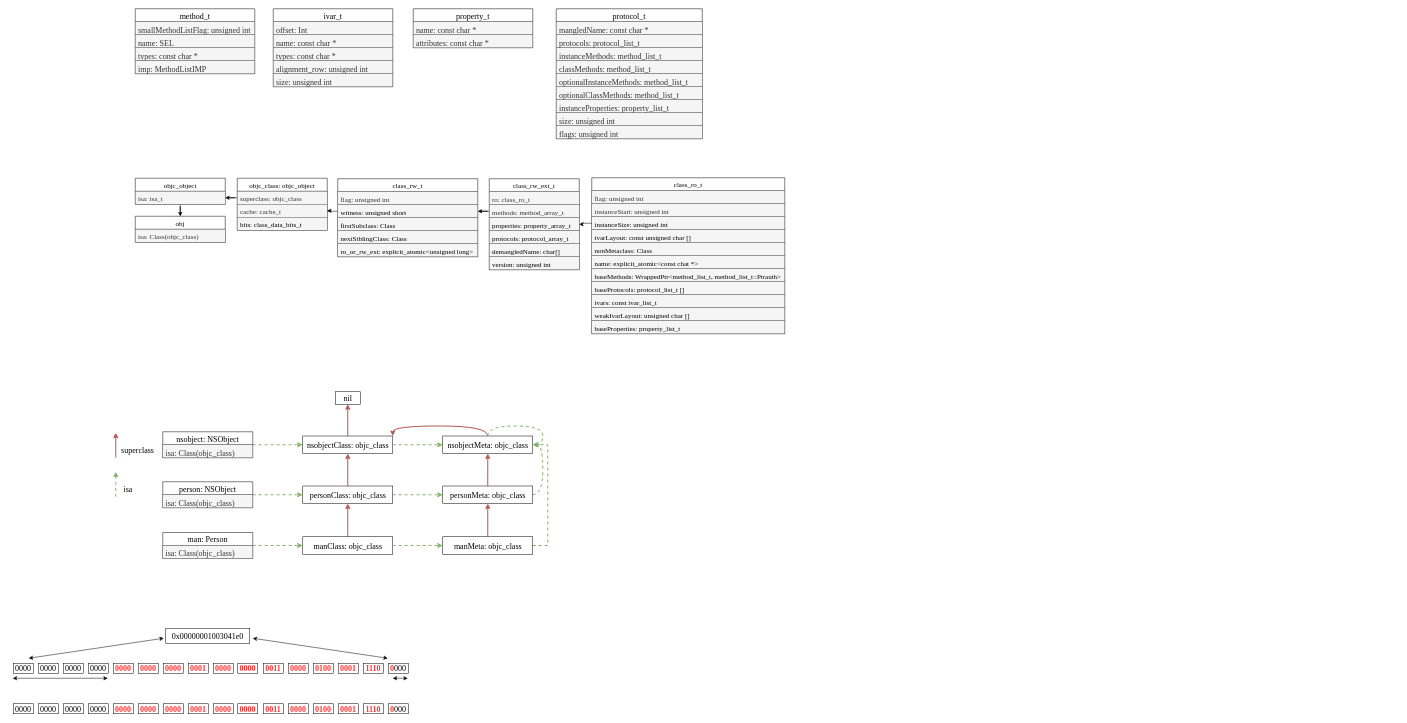
Earlier version of the draw.io diagram RuntimeNote.drawio (xuhaodong1/DrawIO). Source tidied: cells renumbered, new cells numbered last; positions are measured from the earlier drawing's top-left corner, leaving out a move shared by most shapes. Both pictures are drawn from the tidied source at 50%, with x=0, y=0 at pixel (12, 8).
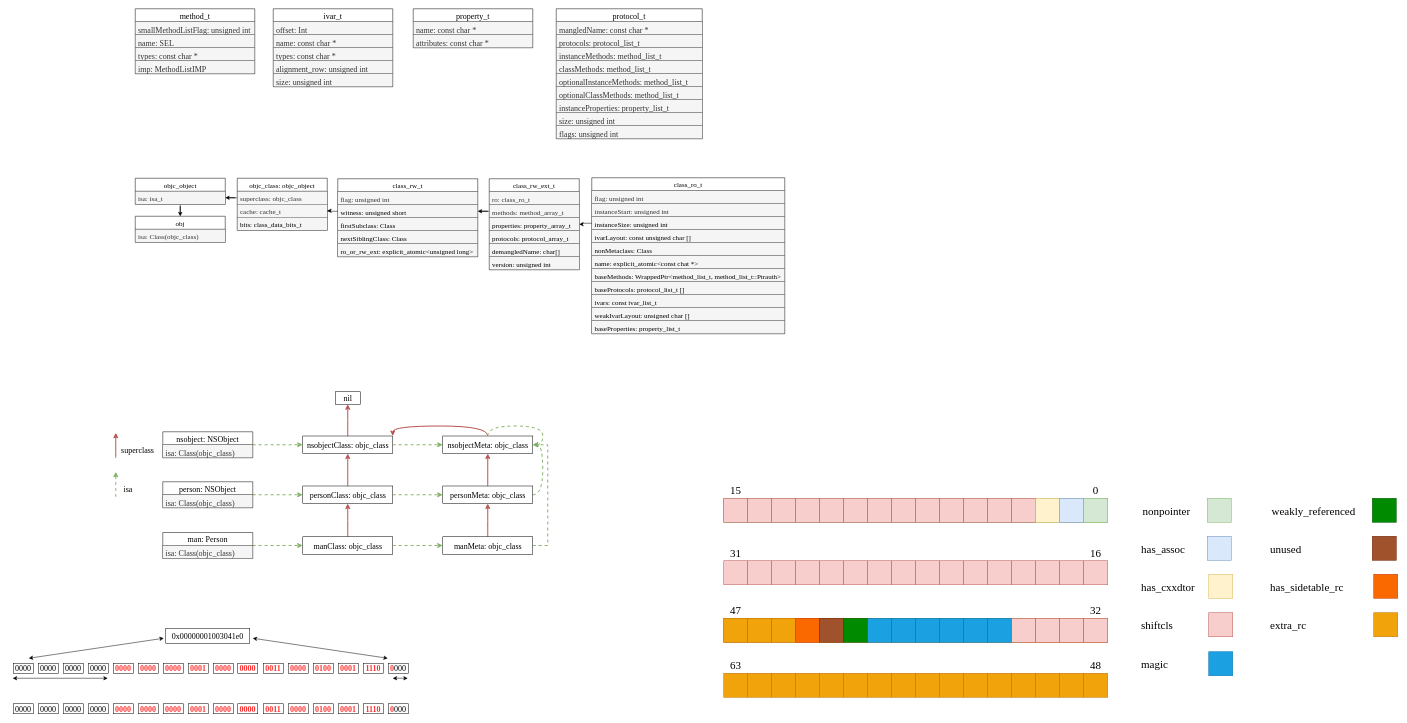
Above is the later version.

The edit, as a diff of the source:
```diff
@@
+    <mxCell id="133" style="group;fillColor=#d5e8d4;strokeColor=#82b366;" parent="1" vertex="1">
+      <mxGeometry x="1422" y="979" width="768" height="48" as="geometry" />
+    </mxCell>
+    <mxCell id="134" style="rounded=0;whiteSpace=wrap;html=1;fillColor=#f8cecc;strokeColor=#b85450;" parent="133" vertex="1">
+      <mxGeometry width="48" height="48" as="geometry" />
+    </mxCell>
+    <mxCell id="135" style="rounded=0;whiteSpace=wrap;html=1;fillColor=#f8cecc;strokeColor=#b85450;" parent="133" vertex="1">
+      <mxGeometry x="48" width="48" height="48" as="geometry" />
+    </mxCell>
+    <mxCell id="136" style="rounded=0;whiteSpace=wrap;html=1;fillColor=#f8cecc;strokeColor=#b85450;" parent="133" vertex="1">
+      <mxGeometry x="96" width="48" height="48" as="geometry" />
+    </mxCell>
+    <mxCell id="137" style="rounded=0;whiteSpace=wrap;html=1;fillColor=#f8cecc;strokeColor=#b85450;" parent="133" vertex="1">
+      <mxGeometry x="144" width="48" height="48" as="geometry" />
+    </mxCell>
+    <mxCell id="138" style="rounded=0;whiteSpace=wrap;html=1;fillColor=#f8cecc;strokeColor=#b85450;" parent="133" vertex="1">
+      <mxGeometry x="192" width="48" height="48" as="geometry" />
+    </mxCell>
+    <mxCell id="139" style="rounded=0;whiteSpace=wrap;html=1;fillColor=#f8cecc;strokeColor=#b85450;" parent="133" vertex="1">
+      <mxGeometry x="240" width="48" height="48" as="geometry" />
+    </mxCell>
+    <mxCell id="140" style="rounded=0;whiteSpace=wrap;html=1;fillColor=#f8cecc;strokeColor=#b85450;" parent="133" vertex="1">
+      <mxGeometry x="288" width="48" height="48" as="geometry" />
+    </mxCell>
+    <mxCell id="141" style="rounded=0;whiteSpace=wrap;html=1;fillColor=#f8cecc;strokeColor=#b85450;" parent="133" vertex="1">
+      <mxGeometry x="336" width="48" height="48" as="geometry" />
+    </mxCell>
+    <mxCell id="142" style="rounded=0;whiteSpace=wrap;html=1;fillColor=#f8cecc;strokeColor=#b85450;" parent="133" vertex="1">
+      <mxGeometry x="384" width="48" height="48" as="geometry" />
+    </mxCell>
+    <mxCell id="143" style="rounded=0;whiteSpace=wrap;html=1;fillColor=#f8cecc;strokeColor=#b85450;" parent="133" vertex="1">
+      <mxGeometry x="432" width="48" height="48" as="geometry" />
+    </mxCell>
+    <mxCell id="144" style="rounded=0;whiteSpace=wrap;html=1;fillColor=#f8cecc;strokeColor=#b85450;" parent="133" vertex="1">
+      <mxGeometry x="480" width="48" height="48" as="geometry" />
+    </mxCell>
+    <mxCell id="145" style="rounded=0;whiteSpace=wrap;html=1;fillColor=#f8cecc;strokeColor=#b85450;" parent="133" vertex="1">
+      <mxGeometry x="528" width="48" height="48" as="geometry" />
+    </mxCell>
+    <mxCell id="146" style="rounded=0;whiteSpace=wrap;html=1;fillColor=#f8cecc;strokeColor=#b85450;" parent="133" vertex="1">
+      <mxGeometry x="576" width="48" height="48" as="geometry" />
+    </mxCell>
+    <mxCell id="147" style="rounded=0;whiteSpace=wrap;html=1;fillColor=#fff2cc;strokeColor=#d6b656;" parent="133" vertex="1">
+      <mxGeometry x="624" width="48" height="48" as="geometry" />
+    </mxCell>
+    <mxCell id="148" style="rounded=0;whiteSpace=wrap;html=1;fillColor=#dae8fc;strokeColor=#6c8ebf;" parent="133" vertex="1">
+      <mxGeometry x="672" width="48" height="48" as="geometry" />
+    </mxCell>
+    <mxCell id="149" style="rounded=0;whiteSpace=wrap;html=1;fillColor=#d5e8d4;strokeColor=#82b366;" parent="133" vertex="1">
+      <mxGeometry x="720" width="48" height="48" as="geometry" />
+    </mxCell>
+    <mxCell id="150" style="group;" parent="1" vertex="1">
+      <mxGeometry x="1422" y="1104" width="768" height="48" as="geometry" />
+    </mxCell>
+    <mxCell id="151" style="rounded=0;whiteSpace=wrap;html=1;fillColor=#f8cecc;strokeColor=#b85450;" parent="150" vertex="1">
+      <mxGeometry width="48" height="48" as="geometry" />
+    </mxCell>
+    <mxCell id="152" style="rounded=0;whiteSpace=wrap;html=1;fillColor=#f8cecc;strokeColor=#b85450;" parent="150" vertex="1">
+      <mxGeometry x="48" width="48" height="48" as="geometry" />
+    </mxCell>
+    <mxCell id="153" style="rounded=0;whiteSpace=wrap;html=1;fillColor=#f8cecc;strokeColor=#b85450;" parent="150" vertex="1">
+      <mxGeometry x="96" width="48" height="48" as="geometry" />
+    </mxCell>
+    <mxCell id="154" style="rounded=0;whiteSpace=wrap;html=1;fillColor=#f8cecc;strokeColor=#b85450;" parent="150" vertex="1">
+      <mxGeometry x="144" width="48" height="48" as="geometry" />
+    </mxCell>
+    <mxCell id="155" style="rounded=0;whiteSpace=wrap;html=1;fillColor=#f8cecc;strokeColor=#b85450;" parent="150" vertex="1">
+      <mxGeometry x="192" width="48" height="48" as="geometry" />
+    </mxCell>
+    <mxCell id="156" style="rounded=0;whiteSpace=wrap;html=1;fillColor=#f8cecc;strokeColor=#b85450;" parent="150" vertex="1">
+      <mxGeometry x="240" width="48" height="48" as="geometry" />
+    </mxCell>
+    <mxCell id="157" style="rounded=0;whiteSpace=wrap;html=1;fillColor=#f8cecc;strokeColor=#b85450;" parent="150" vertex="1">
+      <mxGeometry x="288" width="48" height="48" as="geometry" />
+    </mxCell>
+    <mxCell id="158" style="rounded=0;whiteSpace=wrap;html=1;fillColor=#f8cecc;strokeColor=#b85450;" parent="150" vertex="1">
+      <mxGeometry x="336" width="48" height="48" as="geometry" />
+    </mxCell>
+    <mxCell id="159" style="rounded=0;whiteSpace=wrap;html=1;fillColor=#f8cecc;strokeColor=#b85450;" parent="150" vertex="1">
+      <mxGeometry x="384" width="48" height="48" as="geometry" />
+    </mxCell>
+    <mxCell id="160" style="rounded=0;whiteSpace=wrap;html=1;fillColor=#f8cecc;strokeColor=#b85450;" parent="150" vertex="1">
+      <mxGeometry x="432" width="48" height="48" as="geometry" />
+    </mxCell>
+    <mxCell id="161" style="rounded=0;whiteSpace=wrap;html=1;fillColor=#f8cecc;strokeColor=#b85450;" parent="150" vertex="1">
+      <mxGeometry x="480" width="48" height="48" as="geometry" />
+    </mxCell>
+    <mxCell id="162" style="rounded=0;whiteSpace=wrap;html=1;fillColor=#f8cecc;strokeColor=#b85450;" parent="150" vertex="1">
+      <mxGeometry x="528" width="48" height="48" as="geometry" />
+    </mxCell>
+    <mxCell id="163" style="rounded=0;whiteSpace=wrap;html=1;fillColor=#f8cecc;strokeColor=#b85450;" parent="150" vertex="1">
+      <mxGeometry x="576" width="48" height="48" as="geometry" />
+    </mxCell>
+    <mxCell id="164" style="rounded=0;whiteSpace=wrap;html=1;fillColor=#f8cecc;strokeColor=#b85450;" parent="150" vertex="1">
+      <mxGeometry x="624" width="48" height="48" as="geometry" />
+    </mxCell>
+    <mxCell id="165" style="rounded=0;whiteSpace=wrap;html=1;fillColor=#f8cecc;strokeColor=#b85450;" parent="150" vertex="1">
+      <mxGeometry x="672" width="48" height="48" as="geometry" />
+    </mxCell>
+    <mxCell id="166" style="rounded=0;whiteSpace=wrap;html=1;fillColor=#f8cecc;strokeColor=#b85450;" parent="150" vertex="1">
+      <mxGeometry x="720" width="48" height="48" as="geometry" />
+    </mxCell>
+    <mxCell id="167" style="group;fillColor=#f0a30a;strokeColor=#BD7000;fontColor=#000000;" parent="1" vertex="1">
+      <mxGeometry x="1422" y="1219" width="768" height="48" as="geometry" />
+    </mxCell>
+    <mxCell id="168" style="rounded=0;whiteSpace=wrap;html=1;fillColor=#f0a30a;fontColor=#000000;strokeColor=#BD7000;" parent="167" vertex="1">
+      <mxGeometry width="48" height="48" as="geometry" />
+    </mxCell>
+    <mxCell id="169" style="rounded=0;whiteSpace=wrap;html=1;fillColor=#f0a30a;fontColor=#000000;strokeColor=#BD7000;" parent="167" vertex="1">
+      <mxGeometry x="48" width="48" height="48" as="geometry" />
+    </mxCell>
+    <mxCell id="170" style="rounded=0;whiteSpace=wrap;html=1;fillColor=#f0a30a;fontColor=#000000;strokeColor=#BD7000;" parent="167" vertex="1">
+      <mxGeometry x="96" width="48" height="48" as="geometry" />
+    </mxCell>
+    <mxCell id="171" style="rounded=0;whiteSpace=wrap;html=1;fillColor=#fa6800;fontColor=#000000;strokeColor=#C73500;" parent="167" vertex="1">
+      <mxGeometry x="144" width="48" height="48" as="geometry" />
+    </mxCell>
+    <mxCell id="172" style="rounded=0;whiteSpace=wrap;html=1;fillColor=#a0522d;fontColor=#ffffff;strokeColor=#6D1F00;" parent="167" vertex="1">
+      <mxGeometry x="192" width="48" height="48" as="geometry" />
+    </mxCell>
+    <mxCell id="173" style="rounded=0;whiteSpace=wrap;html=1;fillColor=#008a00;fontColor=#ffffff;strokeColor=#005700;" parent="167" vertex="1">
+      <mxGeometry x="240" width="48" height="48" as="geometry" />
+    </mxCell>
+    <mxCell id="174" style="rounded=0;whiteSpace=wrap;html=1;fillColor=#1ba1e2;fontColor=#ffffff;strokeColor=#006EAF;" parent="167" vertex="1">
+      <mxGeometry x="288" width="48" height="48" as="geometry" />
+    </mxCell>
+    <mxCell id="175" style="rounded=0;whiteSpace=wrap;html=1;fillColor=#1ba1e2;fontColor=#ffffff;strokeColor=#006EAF;" parent="167" vertex="1">
+      <mxGeometry x="336" width="48" height="48" as="geometry" />
+    </mxCell>
+    <mxCell id="176" style="rounded=0;whiteSpace=wrap;html=1;fillColor=#1ba1e2;fontColor=#ffffff;strokeColor=#006EAF;" parent="167" vertex="1">
+      <mxGeometry x="384" width="48" height="48" as="geometry" />
+    </mxCell>
+    <mxCell id="177" style="rounded=0;whiteSpace=wrap;html=1;fillColor=#1ba1e2;fontColor=#ffffff;strokeColor=#006EAF;" parent="167" vertex="1">
+      <mxGeometry x="432" width="48" height="48" as="geometry" />
+    </mxCell>
+    <mxCell id="178" style="rounded=0;whiteSpace=wrap;html=1;fillColor=#1ba1e2;fontColor=#ffffff;strokeColor=#006EAF;" parent="167" vertex="1">
+      <mxGeometry x="480" width="48" height="48" as="geometry" />
+    </mxCell>
+    <mxCell id="179" style="rounded=0;whiteSpace=wrap;html=1;fillColor=#1ba1e2;fontColor=#ffffff;strokeColor=#006EAF;" parent="167" vertex="1">
+      <mxGeometry x="528" width="48" height="48" as="geometry" />
+    </mxCell>
+    <mxCell id="180" style="rounded=0;whiteSpace=wrap;html=1;fillColor=#f8cecc;strokeColor=#b85450;" parent="167" vertex="1">
+      <mxGeometry x="576" width="48" height="48" as="geometry" />
+    </mxCell>
+    <mxCell id="181" style="rounded=0;whiteSpace=wrap;html=1;fillColor=#f8cecc;strokeColor=#b85450;" parent="167" vertex="1">
+      <mxGeometry x="624" width="48" height="48" as="geometry" />
+    </mxCell>
+    <mxCell id="182" style="rounded=0;whiteSpace=wrap;html=1;fillColor=#f8cecc;strokeColor=#b85450;" parent="167" vertex="1">
+      <mxGeometry x="672" width="48" height="48" as="geometry" />
+    </mxCell>
+    <mxCell id="183" style="rounded=0;whiteSpace=wrap;html=1;fillColor=#f8cecc;strokeColor=#b85450;" parent="167" vertex="1">
+      <mxGeometry x="720" width="48" height="48" as="geometry" />
+    </mxCell>
+    <mxCell id="184" style="group;" parent="1" vertex="1">
+      <mxGeometry x="1422" y="1329" width="768" height="48" as="geometry" />
+    </mxCell>
+    <mxCell id="185" style="rounded=0;whiteSpace=wrap;html=1;fillColor=#f0a30a;strokeColor=#BD7000;fontColor=#000000;" parent="184" vertex="1">
+      <mxGeometry width="48" height="48" as="geometry" />
+    </mxCell>
+    <mxCell id="186" style="rounded=0;whiteSpace=wrap;html=1;fillColor=#f0a30a;strokeColor=#BD7000;fontColor=#000000;" parent="184" vertex="1">
+      <mxGeometry x="48" width="48" height="48" as="geometry" />
+    </mxCell>
+    <mxCell id="187" style="rounded=0;whiteSpace=wrap;html=1;fillColor=#f0a30a;strokeColor=#BD7000;fontColor=#000000;" parent="184" vertex="1">
+      <mxGeometry x="96" width="48" height="48" as="geometry" />
+    </mxCell>
+    <mxCell id="188" style="rounded=0;whiteSpace=wrap;html=1;fillColor=#f0a30a;strokeColor=#BD7000;fontColor=#000000;" parent="184" vertex="1">
+      <mxGeometry x="144" width="48" height="48" as="geometry" />
+    </mxCell>
+    <mxCell id="189" style="rounded=0;whiteSpace=wrap;html=1;fillColor=#f0a30a;strokeColor=#BD7000;fontColor=#000000;" parent="184" vertex="1">
+      <mxGeometry x="192" width="48" height="48" as="geometry" />
+    </mxCell>
+    <mxCell id="190" style="rounded=0;whiteSpace=wrap;html=1;fillColor=#f0a30a;strokeColor=#BD7000;fontColor=#000000;" parent="184" vertex="1">
+      <mxGeometry x="240" width="48" height="48" as="geometry" />
+    </mxCell>
+    <mxCell id="191" style="rounded=0;whiteSpace=wrap;html=1;fillColor=#f0a30a;strokeColor=#BD7000;fontColor=#000000;" parent="184" vertex="1">
+      <mxGeometry x="288" width="48" height="48" as="geometry" />
+    </mxCell>
+    <mxCell id="192" style="rounded=0;whiteSpace=wrap;html=1;fillColor=#f0a30a;strokeColor=#BD7000;fontColor=#000000;" parent="184" vertex="1">
+      <mxGeometry x="336" width="48" height="48" as="geometry" />
+    </mxCell>
+    <mxCell id="193" style="rounded=0;whiteSpace=wrap;html=1;fillColor=#f0a30a;strokeColor=#BD7000;fontColor=#000000;" parent="184" vertex="1">
+      <mxGeometry x="384" width="48" height="48" as="geometry" />
+    </mxCell>
+    <mxCell id="194" style="rounded=0;whiteSpace=wrap;html=1;fillColor=#f0a30a;strokeColor=#BD7000;fontColor=#000000;" parent="184" vertex="1">
+      <mxGeometry x="432" width="48" height="48" as="geometry" />
+    </mxCell>
+    <mxCell id="195" style="rounded=0;whiteSpace=wrap;html=1;fillColor=#f0a30a;strokeColor=#BD7000;fontColor=#000000;" parent="184" vertex="1">
+      <mxGeometry x="480" width="48" height="48" as="geometry" />
+    </mxCell>
+    <mxCell id="196" style="rounded=0;whiteSpace=wrap;html=1;fillColor=#f0a30a;strokeColor=#BD7000;fontColor=#000000;" parent="184" vertex="1">
+      <mxGeometry x="528" width="48" height="48" as="geometry" />
+    </mxCell>
+    <mxCell id="197" style="rounded=0;whiteSpace=wrap;html=1;fillColor=#f0a30a;strokeColor=#BD7000;fontColor=#000000;" parent="184" vertex="1">
+      <mxGeometry x="576" width="48" height="48" as="geometry" />
+    </mxCell>
+    <mxCell id="198" style="rounded=0;whiteSpace=wrap;html=1;fillColor=#f0a30a;strokeColor=#BD7000;fontColor=#000000;" parent="184" vertex="1">
+      <mxGeometry x="624" width="48" height="48" as="geometry" />
+    </mxCell>
+    <mxCell id="199" style="rounded=0;whiteSpace=wrap;html=1;fillColor=#f0a30a;strokeColor=#BD7000;fontColor=#000000;" parent="184" vertex="1">
+      <mxGeometry x="672" width="48" height="48" as="geometry" />
+    </mxCell>
+    <mxCell id="200" style="rounded=0;whiteSpace=wrap;html=1;fillColor=#f0a30a;strokeColor=#BD7000;fontColor=#000000;" parent="184" vertex="1">
+      <mxGeometry x="720" width="48" height="48" as="geometry" />
+    </mxCell>
+    <mxCell id="201" value="0" style="text;html=1;strokeColor=none;fillColor=none;align=center;verticalAlign=middle;whiteSpace=wrap;rounded=0;fontSize=22;fontFamily=Times New Roman;" parent="1" vertex="1">
+      <mxGeometry x="2136" y="949" width="60" height="30" as="geometry" />
+    </mxCell>
+    <mxCell id="202" value="15" style="text;html=1;strokeColor=none;fillColor=none;align=center;verticalAlign=middle;whiteSpace=wrap;rounded=0;fontSize=22;fontFamily=Times New Roman;" parent="1" vertex="1">
+      <mxGeometry x="1416" y="949" width="60" height="30" as="geometry" />
+    </mxCell>
+    <mxCell id="203" value="16" style="text;html=1;strokeColor=none;fillColor=none;align=center;verticalAlign=middle;whiteSpace=wrap;rounded=0;fontSize=22;fontFamily=Times New Roman;" parent="1" vertex="1">
+      <mxGeometry x="2136" y="1074" width="60" height="30" as="geometry" />
+    </mxCell>
+    <mxCell id="204" value="31" style="text;html=1;strokeColor=none;fillColor=none;align=center;verticalAlign=middle;whiteSpace=wrap;rounded=0;fontSize=22;fontFamily=Times New Roman;" parent="1" vertex="1">
+      <mxGeometry x="1416" y="1074" width="60" height="30" as="geometry" />
+    </mxCell>
+    <mxCell id="205" value="32" style="text;html=1;strokeColor=none;fillColor=none;align=center;verticalAlign=middle;whiteSpace=wrap;rounded=0;fontSize=22;fontFamily=Times New Roman;" parent="1" vertex="1">
+      <mxGeometry x="2136" y="1189" width="60" height="30" as="geometry" />
+    </mxCell>
+    <mxCell id="206" value="47" style="text;html=1;strokeColor=none;fillColor=none;align=center;verticalAlign=middle;whiteSpace=wrap;rounded=0;fontSize=22;fontFamily=Times New Roman;" parent="1" vertex="1">
+      <mxGeometry x="1416" y="1189" width="60" height="30" as="geometry" />
+    </mxCell>
+    <mxCell id="207" value="48" style="text;html=1;strokeColor=none;fillColor=none;align=center;verticalAlign=middle;whiteSpace=wrap;rounded=0;fontSize=22;fontFamily=Times New Roman;" parent="1" vertex="1">
+      <mxGeometry x="2136" y="1299" width="60" height="30" as="geometry" />
+    </mxCell>
+    <mxCell id="208" value="63" style="text;html=1;strokeColor=none;fillColor=none;align=center;verticalAlign=middle;whiteSpace=wrap;rounded=0;fontSize=22;fontFamily=Times New Roman;" parent="1" vertex="1">
+      <mxGeometry x="1416" y="1299" width="60" height="30" as="geometry" />
+    </mxCell>
+    <mxCell id="209" value="has_assoc" style="text;whiteSpace=wrap;html=1;fontSize=22;fontFamily=Times New Roman;" parent="1" vertex="1">
+      <mxGeometry x="2255" y="1061" width="100" height="36" as="geometry" />
+    </mxCell>
+    <mxCell id="210" value="nonpointer" style="text;whiteSpace=wrap;html=1;fontSize=22;fontFamily=Times New Roman;" parent="1" vertex="1">
+      <mxGeometry x="2258" y="985" width="100" height="36" as="geometry" />
+    </mxCell>
+    <mxCell id="211" style="rounded=0;whiteSpace=wrap;html=1;fillColor=#d5e8d4;strokeColor=#82b366;" parent="1" vertex="1">
+      <mxGeometry x="2389" y="979" width="48" height="48" as="geometry" />
+    </mxCell>
+    <mxCell id="212" style="rounded=0;whiteSpace=wrap;html=1;fillColor=#dae8fc;strokeColor=#6c8ebf;" parent="1" vertex="1">
+      <mxGeometry x="2389" y="1055" width="48" height="48" as="geometry" />
+    </mxCell>
+    <mxCell id="213" value="has_cxxdtor" style="text;whiteSpace=wrap;html=1;fontSize=22;fontFamily=Times New Roman;" parent="1" vertex="1">
+      <mxGeometry x="2255" y="1137" width="100" height="36" as="geometry" />
+    </mxCell>
+    <mxCell id="214" style="rounded=0;whiteSpace=wrap;html=1;fillColor=#fff2cc;strokeColor=#d6b656;" parent="1" vertex="1">
+      <mxGeometry x="2392" y="1131" width="48" height="48" as="geometry" />
+    </mxCell>
+    <mxCell id="215" value="shiftcls" style="text;whiteSpace=wrap;html=1;fontSize=22;fontFamily=Times New Roman;" parent="1" vertex="1">
+      <mxGeometry x="2255" y="1214" width="100" height="36" as="geometry" />
+    </mxCell>
+    <mxCell id="216" style="rounded=0;whiteSpace=wrap;html=1;fillColor=#f8cecc;strokeColor=#b85450;" parent="1" vertex="1">
+      <mxGeometry x="2392" y="1208" width="48" height="48" as="geometry" />
+    </mxCell>
+    <mxCell id="217" value="magic" style="text;whiteSpace=wrap;html=1;fontSize=22;fontFamily=Times New Roman;" parent="1" vertex="1">
+      <mxGeometry x="2255" y="1292" width="100" height="36" as="geometry" />
+    </mxCell>
+    <mxCell id="218" style="rounded=0;whiteSpace=wrap;html=1;fillColor=#1ba1e2;strokeColor=#006EAF;fontColor=#ffffff;" parent="1" vertex="1">
+      <mxGeometry x="2392" y="1286" width="48" height="48" as="geometry" />
+    </mxCell>
+    <mxCell id="219" value="unused" style="text;whiteSpace=wrap;html=1;fontSize=22;fontFamily=Times New Roman;" parent="1" vertex="1">
+      <mxGeometry x="2513" y="1061" width="100" height="36" as="geometry" />
+    </mxCell>
+    <mxCell id="220" value="weakly_referenced" style="text;whiteSpace=wrap;html=1;fontSize=22;fontFamily=Times New Roman;" parent="1" vertex="1">
+      <mxGeometry x="2516" y="985" width="100" height="36" as="geometry" />
+    </mxCell>
+    <mxCell id="221" style="rounded=0;whiteSpace=wrap;html=1;fillColor=#008a00;strokeColor=#005700;fontColor=#ffffff;" parent="1" vertex="1">
+      <mxGeometry x="2719" y="979" width="48" height="48" as="geometry" />
+    </mxCell>
+    <mxCell id="222" style="rounded=0;whiteSpace=wrap;html=1;fillColor=#a0522d;strokeColor=#6D1F00;fontColor=#ffffff;" parent="1" vertex="1">
+      <mxGeometry x="2719" y="1055" width="48" height="48" as="geometry" />
+    </mxCell>
+    <mxCell id="223" value="has_sidetable_rc" style="text;whiteSpace=wrap;html=1;fontSize=22;fontFamily=Times New Roman;" parent="1" vertex="1">
+      <mxGeometry x="2513" y="1137" width="100" height="36" as="geometry" />
+    </mxCell>
+    <mxCell id="224" style="rounded=0;whiteSpace=wrap;html=1;fillColor=#fa6800;strokeColor=#C73500;fontColor=#000000;" parent="1" vertex="1">
+      <mxGeometry x="2722" y="1131" width="48" height="48" as="geometry" />
+    </mxCell>
+    <mxCell id="225" value="extra_rc" style="text;whiteSpace=wrap;html=1;fontSize=22;fontFamily=Times New Roman;" parent="1" vertex="1">
+      <mxGeometry x="2513" y="1214" width="100" height="36" as="geometry" />
+    </mxCell>
+    <mxCell id="226" style="rounded=0;whiteSpace=wrap;html=1;fillColor=#f0a30a;strokeColor=#BD7000;fontColor=#000000;" parent="1" vertex="1">
+      <mxGeometry x="2722" y="1208" width="48" height="48" as="geometry" />
+    </mxCell>
```
